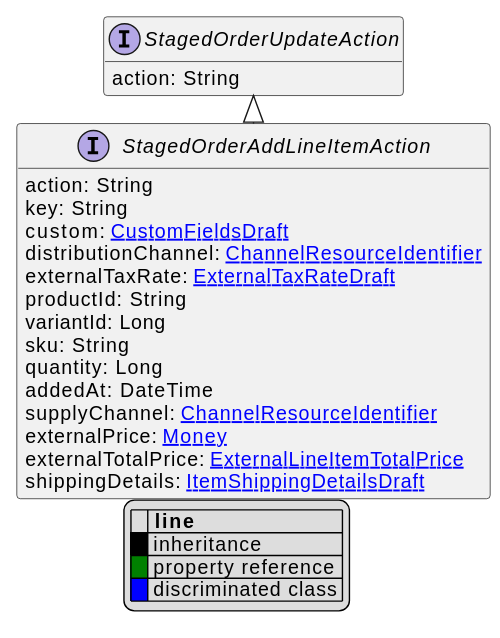
Above: uml/api/svg/StagedOrderAddLineItemAction.svg in commercetools/commercetools-api-reference (PlantUML), before the change. Source of this version:
```plantuml
@startuml
!pragma layout elk
hide empty fields
hide empty methods
legend
|= |= line |
|<back:black>   </back>| inheritance |
|<back:green>   </back>| property reference |
|<back:blue>   </back>| discriminated class |
endlegend
interface StagedOrderAddLineItemAction [[StagedOrderAddLineItemAction.svg]] extends StagedOrderUpdateAction {
    action: String
    key: String
    custom: [[CustomFieldsDraft.svg CustomFieldsDraft]]
    distributionChannel: [[ChannelResourceIdentifier.svg ChannelResourceIdentifier]]
    externalTaxRate: [[ExternalTaxRateDraft.svg ExternalTaxRateDraft]]
    productId: String
    variantId: Long
    sku: String
    quantity: Long
    addedAt: DateTime
    supplyChannel: [[ChannelResourceIdentifier.svg ChannelResourceIdentifier]]
    externalPrice: [[Money.svg Money]]
    externalTotalPrice: [[ExternalLineItemTotalPrice.svg ExternalLineItemTotalPrice]]
    shippingDetails: [[ItemShippingDetailsDraft.svg ItemShippingDetailsDraft]]
}
interface StagedOrderUpdateAction [[StagedOrderUpdateAction.svg]]  {
    action: String
}





@enduml
```
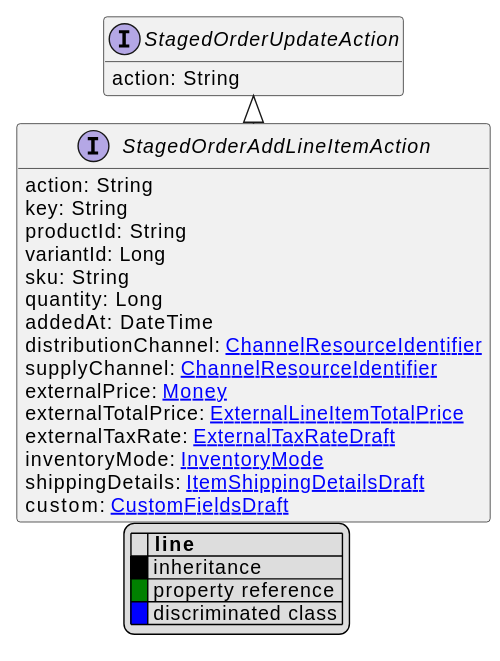
Above is the later version.

What changed in the source:
```diff
@@ -11,18 +11,19 @@
 interface StagedOrderAddLineItemAction [[StagedOrderAddLineItemAction.svg]] extends StagedOrderUpdateAction {
     action: String
     key: String
-    custom: [[CustomFieldsDraft.svg CustomFieldsDraft]]
-    distributionChannel: [[ChannelResourceIdentifier.svg ChannelResourceIdentifier]]
-    externalTaxRate: [[ExternalTaxRateDraft.svg ExternalTaxRateDraft]]
     productId: String
     variantId: Long
     sku: String
     quantity: Long
     addedAt: DateTime
+    distributionChannel: [[ChannelResourceIdentifier.svg ChannelResourceIdentifier]]
     supplyChannel: [[ChannelResourceIdentifier.svg ChannelResourceIdentifier]]
     externalPrice: [[Money.svg Money]]
     externalTotalPrice: [[ExternalLineItemTotalPrice.svg ExternalLineItemTotalPrice]]
+    externalTaxRate: [[ExternalTaxRateDraft.svg ExternalTaxRateDraft]]
+    inventoryMode: [[InventoryMode.svg InventoryMode]]
     shippingDetails: [[ItemShippingDetailsDraft.svg ItemShippingDetailsDraft]]
+    custom: [[CustomFieldsDraft.svg CustomFieldsDraft]]
 }
 interface StagedOrderUpdateAction [[StagedOrderUpdateAction.svg]]  {
     action: String
```
